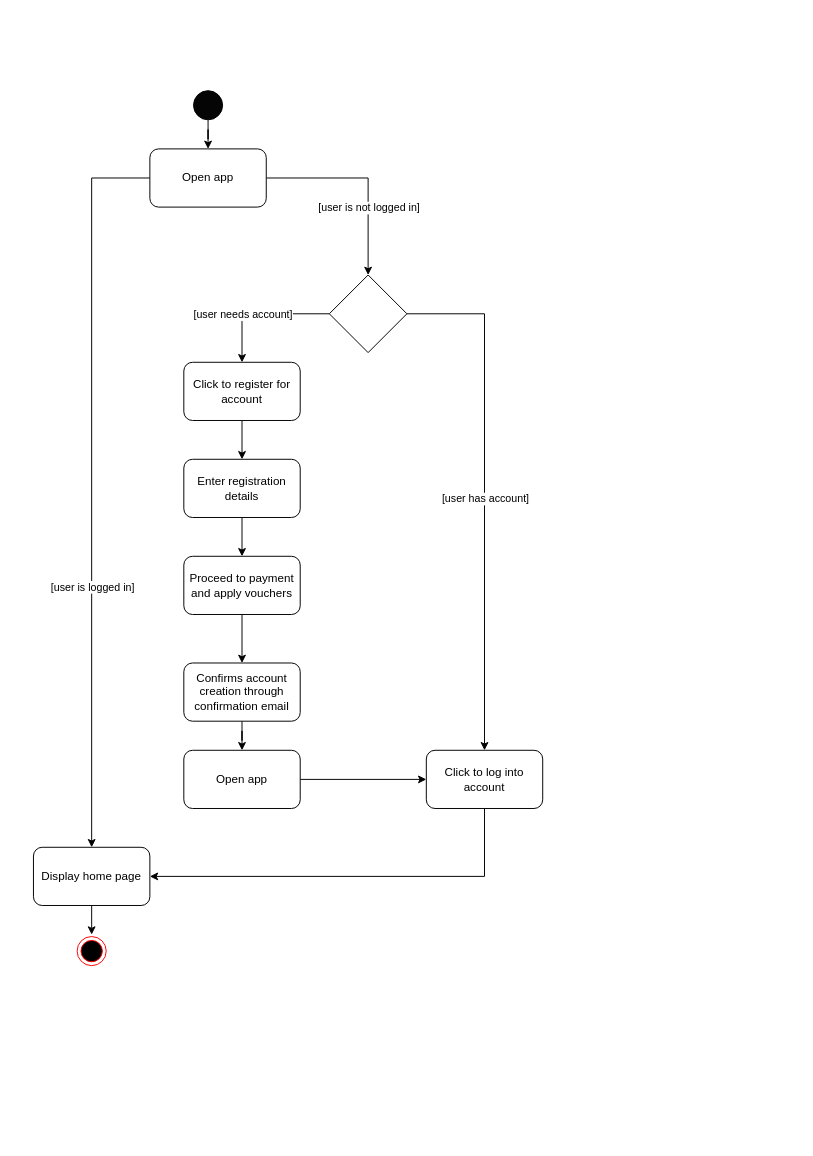
The draw.io diagram ActivityDiagram_UserLoginRegistrationPayment.drawio in ahammond3aws/DC2SEN, before the edit. Source tidied: cells renumbered, new cells numbered last; positions are measured from the earlier drawing's top-left corner, leaving out a move shared by most shapes. Both pictures are drawn from the tidied source at 97%, with x=0, y=0 at pixel (33, 90).
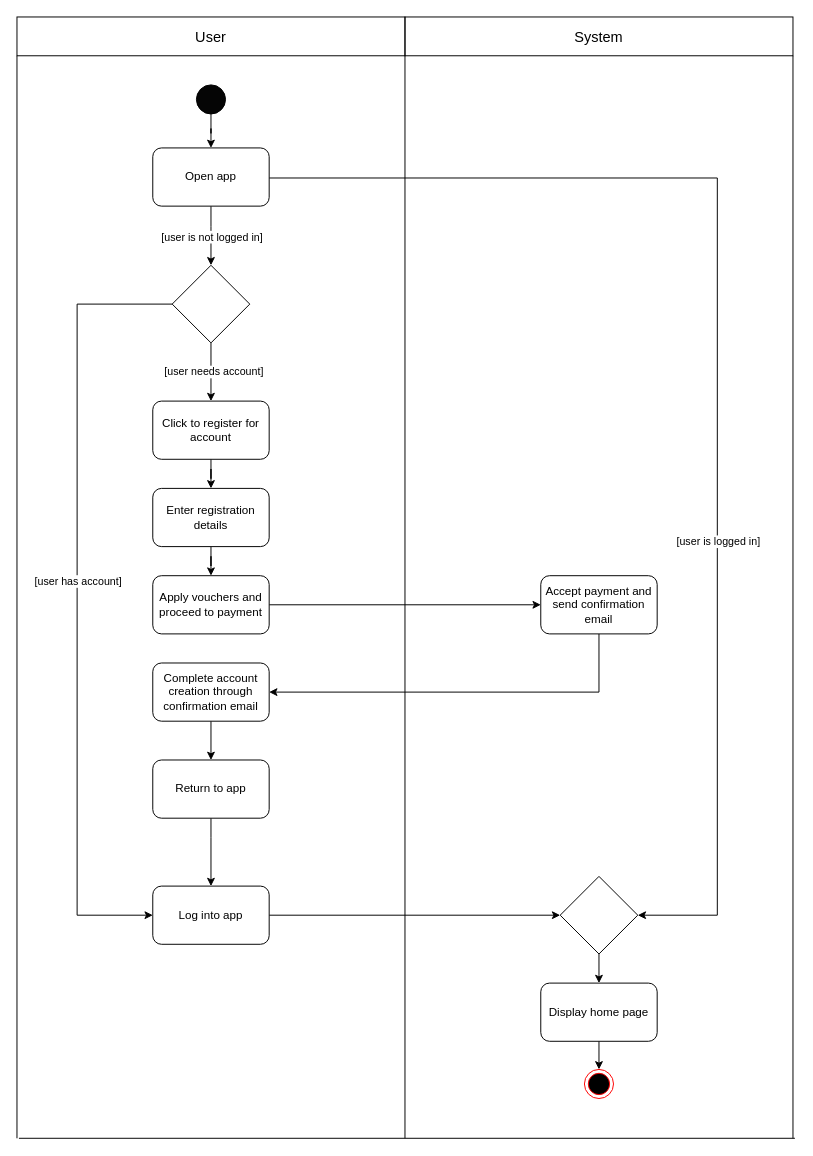
Above is the later version.

The change refers to these unchanged cells:
```xml
<mxCell id="13" style="edgeStyle=orthogonalEdgeStyle;rounded=0;jettySize=auto;html=1;entryX=0.5;entryY=0;entryDx=0;entryDy=0;" parent="1" edge="1" source="17" target="12">
  <mxGeometry relative="1" as="geometry" />
</mxCell>
```

The edit, as a diff of the source:
```diff
@@
     <mxCell id="3" style="ellipse;whiteSpace=wrap;html=1;direction=east;fillColor=#050505;" parent="1" vertex="1">
-      <mxGeometry x="165" width="30" height="30" as="geometry" />
+      <mxGeometry x="168" y="-6" width="30" height="30" as="geometry" />
     </mxCell>
-    <mxCell id="4" style="edgeStyle=orthogonalEdgeStyle;rounded=0;jettySize=auto;html=1;entryX=0.5;entryY=0;entryDx=0;entryDy=0;" parent="1" edge="1" source="8" target="10">
+    <mxCell id="4" style="edgeStyle=orthogonalEdgeStyle;rounded=0;jettySize=auto;html=1;entryX=1;entryY=0.5;entryDx=0;entryDy=0;" parent="1" edge="1" source="8" target="40">
       <mxGeometry relative="1" as="geometry">
         <Array as="points">
-          <mxPoint x="60" y="90" />
+          <mxPoint x="705" y="90" />
+          <mxPoint x="705" y="850" />
         </Array>
       </mxGeometry>
     </mxCell>
@@
     <mxCell id="6" style="edgeStyle=orthogonalEdgeStyle;rounded=0;jettySize=auto;html=1;entryX=0.5;entryY=0;entryDx=0;entryDy=0;" parent="1" edge="1" source="8" target="17">
       <mxGeometry relative="1" as="geometry">
         <Array as="points">
-          <mxPoint x="345" y="90" />
+          <mxPoint x="183" y="140" />
+          <mxPoint x="183" y="140" />
         </Array>
       </mxGeometry>
     </mxCell>
     <mxCell id="7" value="[user is not logged in]" style="edgeLabel;html=1;align=center;verticalAlign=middle;" parent="6" vertex="1">
       <mxGeometry x="0.3" relative="1" as="geometry">
-        <mxPoint y="2" as="offset" />
+        <mxPoint y="-9" as="offset" />
       </mxGeometry>
     </mxCell>
     <mxCell id="8" value="Open app" style="rounded=1;whiteSpace=wrap;html=1;fillColor=#FFFFFF;" parent="1" vertex="1">
-      <mxGeometry x="120" y="60" width="120" height="60" as="geometry" />
+      <mxGeometry x="123" y="59" width="120" height="60" as="geometry" />
     </mxCell>
-    <mxCell id="9" style="edgeStyle=orthogonalEdgeStyle;rounded=0;jettySize=auto;html=1;" parent="1" edge="1" source="10">
-      <mxGeometry relative="1" as="geometry">
-        <mxPoint x="60" y="870" as="targetPoint" />
-      </mxGeometry>
-    </mxCell>
+    <mxCell id="29" style="edgeStyle=orthogonalEdgeStyle;rounded=0;jettySize=auto;html=1;exitX=0.5;exitY=1;exitDx=0;exitDy=0;entryX=0.5;entryY=0;entryDx=0;entryDy=0;" parent="1" edge="1" source="10" target="28">
+      <mxGeometry relative="1" as="geometry" />
+    </mxCell>
     <mxCell id="10" value="Display home page" style="rounded=1;whiteSpace=wrap;html=1;fillColor=#FFFFFF;" parent="1" vertex="1">
-      <mxGeometry y="780" width="120" height="60" as="geometry" />
+      <mxGeometry x="523" y="920" width="120" height="60" as="geometry" />
     </mxCell>
@@
     <mxCell id="12" value="Click to register for account" style="rounded=1;whiteSpace=wrap;html=1;fillColor=#FFFFFF;" parent="1" vertex="1">
-      <mxGeometry x="155" y="280" width="120" height="60" as="geometry" />
+      <mxGeometry x="123" y="320" width="120" height="60" as="geometry" />
     </mxCell>
@@
     <mxCell id="14" value="[user needs account]" style="edgeLabel;html=1;align=center;verticalAlign=middle;" parent="13" vertex="1">
       <mxGeometry x="-0.05" relative="1" as="geometry">
-        <mxPoint x="-23" as="offset" />
+        <mxPoint x="2" as="offset" />
       </mxGeometry>
     </mxCell>
-    <mxCell id="15" style="edgeStyle=orthogonalEdgeStyle;rounded=0;jettySize=auto;html=1;" parent="1" edge="1" source="17" target="19">
-      <mxGeometry relative="1" as="geometry" />
+    <mxCell id="15" style="edgeStyle=orthogonalEdgeStyle;rounded=0;jettySize=auto;html=1;entryX=0;entryY=0.5;entryDx=0;entryDy=0;" parent="1" edge="1" source="17" target="19">
+      <mxGeometry relative="1" as="geometry">
+        <Array as="points">
+          <mxPoint x="45" y="220" />
+          <mxPoint x="45" y="850" />
+        </Array>
+      </mxGeometry>
     </mxCell>
@@
     <mxCell id="17" style="rhombus;whiteSpace=wrap;html=1;fillColor=#FFFFFF;" parent="1" vertex="1">
-      <mxGeometry x="305" y="190" width="80" height="80" as="geometry" />
+      <mxGeometry x="143" y="180" width="80" height="80" as="geometry" />
     </mxCell>
-    <mxCell id="18" style="edgeStyle=orthogonalEdgeStyle;rounded=0;jettySize=auto;html=1;entryX=1;entryY=0.5;entryDx=0;entryDy=0;" parent="1" edge="1" source="19" target="10">
-      <mxGeometry relative="1" as="geometry">
-        <Array as="points">
-          <mxPoint x="465" y="810" />
-        </Array>
-      </mxGeometry>
+    <mxCell id="18" style="edgeStyle=orthogonalEdgeStyle;rounded=0;jettySize=auto;html=1;entryX=0;entryY=0.5;entryDx=0;entryDy=0;" parent="1" edge="1" source="19" target="40">
+      <mxGeometry relative="1" as="geometry" />
     </mxCell>
-    <mxCell id="19" value="Click to log into account" style="rounded=1;whiteSpace=wrap;html=1;fillColor=#FFFFFF;" parent="1" vertex="1">
-      <mxGeometry x="405" y="680" width="120" height="60" as="geometry" />
+    <mxCell id="19" value="Log into app" style="rounded=1;whiteSpace=wrap;html=1;fillColor=#FFFFFF;" parent="1" vertex="1">
+      <mxGeometry x="123" y="820" width="120" height="60" as="geometry" />
     </mxCell>
@@
     <mxCell id="21" value="Enter registration details" style="rounded=1;whiteSpace=wrap;html=1;fillColor=#FFFFFF;" parent="1" vertex="1">
-      <mxGeometry x="155" y="380" width="120" height="60" as="geometry" />
+      <mxGeometry x="123" y="410" width="120" height="60" as="geometry" />
     </mxCell>
-    <mxCell id="22" style="edgeStyle=orthogonalEdgeStyle;rounded=0;jettySize=auto;html=1;" parent="1" edge="1" source="23" target="25">
-      <mxGeometry relative="1" as="geometry" />
-    </mxCell>
+    <mxCell id="30" style="edgeStyle=orthogonalEdgeStyle;rounded=0;jettySize=auto;html=1;" parent="1" edge="1" source="23" target="37">
+      <mxGeometry relative="1" as="geometry" />
+    </mxCell>
-    <mxCell id="23" value="Proceed to payment and apply vouchers" style="rounded=1;whiteSpace=wrap;html=1;fillColor=#FFFFFF;" parent="1" vertex="1">
-      <mxGeometry x="155" y="480" width="120" height="60" as="geometry" />
+    <mxCell id="23" value="Apply vouchers and proceed to payment" style="rounded=1;whiteSpace=wrap;html=1;fillColor=#FFFFFF;" parent="1" vertex="1">
+      <mxGeometry x="123" y="500" width="120" height="60" as="geometry" />
     </mxCell>
@@
-    <mxCell id="25" value="Confirms account creation through confirmation email" style="rounded=1;whiteSpace=wrap;html=1;fillColor=#FFFFFF;" parent="1" vertex="1">
-      <mxGeometry x="155" y="590" width="120" height="60" as="geometry" />
+    <mxCell id="25" value="Complete account creation through confirmation email" style="rounded=1;whiteSpace=wrap;html=1;fillColor=#FFFFFF;" parent="1" vertex="1">
+      <mxGeometry x="123" y="590" width="120" height="60" as="geometry" />
     </mxCell>
-    <mxCell id="26" style="edgeStyle=orthogonalEdgeStyle;rounded=0;jettySize=auto;html=1;entryX=0;entryY=0.5;entryDx=0;entryDy=0;" parent="1" edge="1" source="27" target="19">
-      <mxGeometry relative="1" as="geometry" />
+    <mxCell id="26" style="edgeStyle=orthogonalEdgeStyle;rounded=0;jettySize=auto;html=1;entryX=0.5;entryY=0;entryDx=0;entryDy=0;" parent="1" edge="1" source="27" target="19">
+      <mxGeometry relative="1" as="geometry">
+        <Array as="points">
+          <mxPoint x="183" y="770" />
+          <mxPoint x="183" y="770" />
+        </Array>
+      </mxGeometry>
     </mxCell>
-    <mxCell id="27" value="Open app" style="rounded=1;whiteSpace=wrap;html=1;fillColor=#FFFFFF;" parent="1" vertex="1">
-      <mxGeometry x="155" y="680" width="120" height="60" as="geometry" />
+    <mxCell id="27" value="Return to app" style="rounded=1;whiteSpace=wrap;html=1;fillColor=#FFFFFF;" parent="1" vertex="1">
+      <mxGeometry x="123" y="690" width="120" height="60" as="geometry" />
     </mxCell>
     <mxCell id="28" style="ellipse;html=1;shape=endState;fillColor=#000000;strokeColor=#ff0000;" parent="1" vertex="1">
-      <mxGeometry x="45" y="872" width="30" height="30" as="geometry" />
+      <mxGeometry x="568" y="1009" width="30" height="30" as="geometry" />
     </mxCell>
+    <mxCell id="31" style="endArrow=none;html=1;rounded=0;" parent="1" edge="1">
+      <mxGeometry relative="1" as="geometry">
+        <mxPoint x="-17" y="1080" as="sourcePoint" />
+        <mxPoint x="-17" y="-36" as="targetPoint" />
+      </mxGeometry>
+    </mxCell>
+    <mxCell id="32" style="endArrow=none;html=1;rounded=0;" parent="1" edge="1">
+      <mxGeometry relative="1" as="geometry">
+        <mxPoint x="383" y="1080" as="sourcePoint" />
+        <mxPoint x="383" y="-36" as="targetPoint" />
+      </mxGeometry>
+    </mxCell>
+    <mxCell id="33" style="endArrow=none;html=1;rounded=0;" parent="1" edge="1">
+      <mxGeometry relative="1" as="geometry">
+        <mxPoint x="783" y="1080" as="sourcePoint" />
+        <mxPoint x="783" y="-36" as="targetPoint" />
+      </mxGeometry>
+    </mxCell>
+    <mxCell id="34" value="User" style="text;html=1;strokeColor=default;fillColor=none;align=center;verticalAlign=middle;whiteSpace=wrap;rounded=0;fontSize=15;" parent="1" vertex="1">
+      <mxGeometry x="-17" y="-76" width="400" height="40" as="geometry" />
+    </mxCell>
+    <mxCell id="35" value="System" style="text;html=1;strokeColor=default;fillColor=none;align=center;verticalAlign=middle;whiteSpace=wrap;rounded=0;fontSize=15;" parent="1" vertex="1">
+      <mxGeometry x="383" y="-76" width="400" height="40" as="geometry" />
+    </mxCell>
+    <mxCell id="36" style="edgeStyle=orthogonalEdgeStyle;rounded=0;jettySize=auto;html=1;exitX=0.5;exitY=1;exitDx=0;exitDy=0;entryX=1;entryY=0.5;entryDx=0;entryDy=0;" parent="1" edge="1" source="37" target="25">
+      <mxGeometry relative="1" as="geometry" />
+    </mxCell>
+    <mxCell id="37" value="Accept payment and send confirmation email" style="whiteSpace=wrap;html=1;fillColor=#FFFFFF;rounded=1;" parent="1" vertex="1">
+      <mxGeometry x="523" y="500" width="120" height="60" as="geometry" />
+    </mxCell>
+    <mxCell id="38" style="endArrow=none;html=1;rounded=0;" parent="1" edge="1">
+      <mxGeometry relative="1" as="geometry">
+        <mxPoint x="-15" y="1080" as="sourcePoint" />
+        <mxPoint x="785" y="1080" as="targetPoint" />
+      </mxGeometry>
+    </mxCell>
+    <mxCell id="39" style="edgeStyle=orthogonalEdgeStyle;rounded=0;jettySize=auto;html=1;exitX=0.5;exitY=1;exitDx=0;exitDy=0;entryX=0.5;entryY=0;entryDx=0;entryDy=0;" parent="1" edge="1" source="40" target="10">
+      <mxGeometry relative="1" as="geometry" />
+    </mxCell>
+    <mxCell id="40" style="rhombus;whiteSpace=wrap;html=1;fillColor=#FFFFFF;" parent="1" vertex="1">
+      <mxGeometry x="543" y="810" width="80" height="80" as="geometry" />
+    </mxCell>
```
